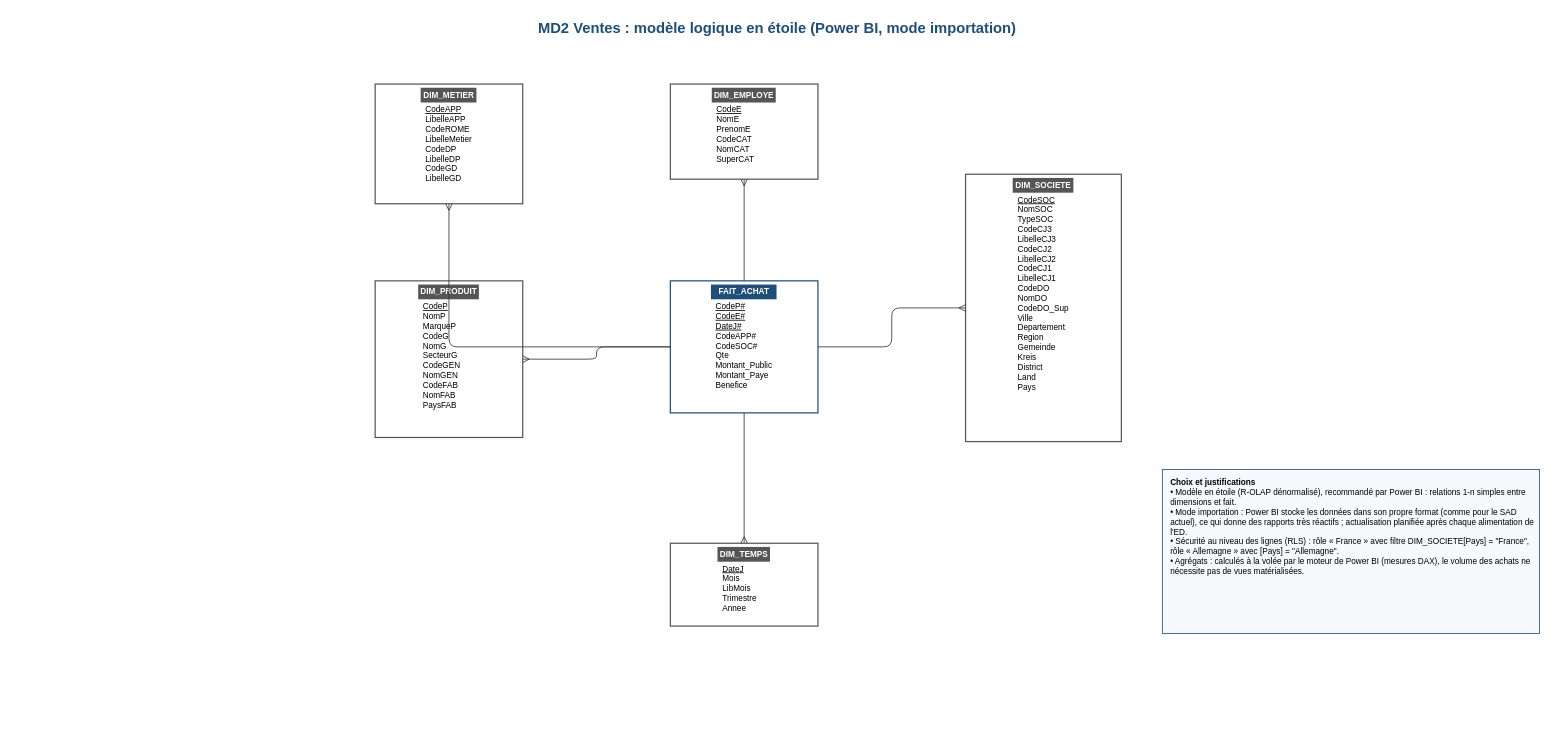
The draw.io diagram MobiPass_Projet/02_Schemas_drawio/pages_separees/MobiPass_MD2_logique.drawio in JahidHicham/projet_mobipass, before the edit. Source tidied: cells renumbered, new cells numbered last; positions are measured from the earlier drawing's top-left corner, leaving out a move shared by most shapes. Both pictures are drawn from the tidied source at 82%, with x=0, y=0 at pixel (14, 14).
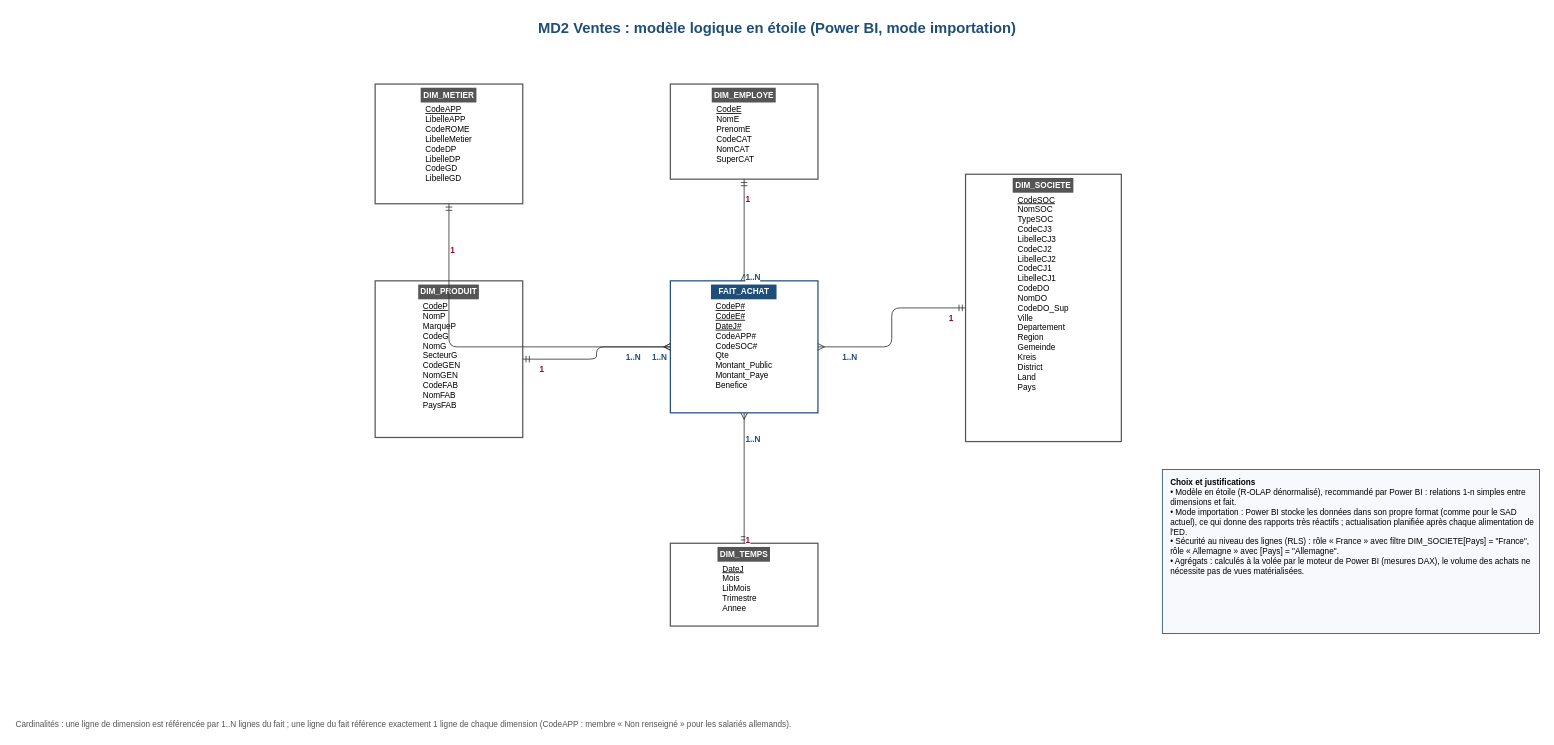
The same diagram, later.

The change refers to these unchanged cells:
```xml
<mxCell id="3" value="&lt;div style=&quot;background:#1F4E79;color:#fff;font-weight:bold;padding:3px&quot;&gt;FAIT_ACHAT&lt;/div&gt;&lt;div style=&quot;text-align:left;padding:3px 6px&quot;&gt;&lt;u&gt;CodeP#&lt;/u&gt;&lt;br&gt;&lt;u&gt;CodeE#&lt;/u&gt;&lt;br&gt;&lt;u&gt;DateJ#&lt;/u&gt;&lt;br&gt;CodeAPP#&lt;br&gt;CodeSOC#&lt;br&gt;Qte&lt;br&gt;Montant_Public&lt;br&gt;Montant_Paye&lt;br&gt;Benefice&lt;/div&gt;" style="rounded=0;whiteSpace=wrap;html=1;verticalAlign=top;spacing=0;fontSize=10;strokeColor=#1F4E79;strokeWidth=1.5;fillColor=#FFFFFF;" parent="1" vertex="1">
  <mxGeometry x="800" y="325" width="180" height="161" as="geometry" />
</mxCell>
<mxCell id="4" value="&lt;div style=&quot;background:#555555;color:#fff;font-weight:bold;padding:3px&quot;&gt;DIM_TEMPS&lt;/div&gt;&lt;div style=&quot;text-align:left;padding:3px 6px&quot;&gt;&lt;u&gt;DateJ&lt;/u&gt;&lt;br&gt;Mois&lt;br&gt;LibMois&lt;br&gt;Trimestre&lt;br&gt;Annee&lt;/div&gt;" style="rounded=0;whiteSpace=wrap;html=1;verticalAlign=top;spacing=0;fontSize=10;strokeColor=#555555;strokeWidth=1.5;fillColor=#FFFFFF;" parent="1" vertex="1">
  <mxGeometry x="800" y="645" width="180" height="101" as="geometry" />
</mxCell>
<mxCell id="5" value="&lt;div style=&quot;background:#555555;color:#fff;font-weight:bold;padding:3px&quot;&gt;DIM_PRODUIT&lt;/div&gt;&lt;div style=&quot;text-align:left;padding:3px 6px&quot;&gt;&lt;u&gt;CodeP&lt;/u&gt;&lt;br&gt;NomP&lt;br&gt;MarqueP&lt;br&gt;CodeG&lt;br&gt;NomG&lt;br&gt;SecteurG&lt;br&gt;CodeGEN&lt;br&gt;NomGEN&lt;br&gt;CodeFAB&lt;br&gt;NomFAB&lt;br&gt;PaysFAB&lt;/div&gt;" style="rounded=0;whiteSpace=wrap;html=1;verticalAlign=top;spacing=0;fontSize=10;strokeColor=#555555;strokeWidth=1.5;fillColor=#FFFFFF;" parent="1" vertex="1">
  <mxGeometry x="440" y="325" width="180" height="191" as="geometry" />
</mxCell>
<mxCell id="6" value="&lt;div style=&quot;background:#555555;color:#fff;font-weight:bold;padding:3px&quot;&gt;DIM_EMPLOYE&lt;/div&gt;&lt;div style=&quot;text-align:left;padding:3px 6px&quot;&gt;&lt;u&gt;CodeE&lt;/u&gt;&lt;br&gt;NomE&lt;br&gt;PrenomE&lt;br&gt;CodeCAT&lt;br&gt;NomCAT&lt;br&gt;SuperCAT&lt;/div&gt;" style="rounded=0;whiteSpace=wrap;html=1;verticalAlign=top;spacing=0;fontSize=10;strokeColor=#555555;strokeWidth=1.5;fillColor=#FFFFFF;" parent="1" vertex="1">
  <mxGeometry x="800" y="85" width="180" height="116" as="geometry" />
</mxCell>
<mxCell id="7" value="&lt;div style=&quot;background:#555555;color:#fff;font-weight:bold;padding:3px&quot;&gt;DIM_METIER&lt;/div&gt;&lt;div style=&quot;text-align:left;padding:3px 6px&quot;&gt;&lt;u&gt;CodeAPP&lt;/u&gt;&lt;br&gt;LibelleAPP&lt;br&gt;CodeROME&lt;br&gt;LibelleMetier&lt;br&gt;CodeDP&lt;br&gt;LibelleDP&lt;br&gt;CodeGD&lt;br&gt;LibelleGD&lt;/div&gt;" style="rounded=0;whiteSpace=wrap;html=1;verticalAlign=top;spacing=0;fontSize=10;strokeColor=#555555;strokeWidth=1.5;fillColor=#FFFFFF;" parent="1" vertex="1">
  <mxGeometry x="440" y="85" width="180" height="146" as="geometry" />
</mxCell>
<mxCell id="8" value="&lt;div style=&quot;background:#555555;color:#fff;font-weight:bold;padding:3px&quot;&gt;DIM_SOCIETE&lt;/div&gt;&lt;div style=&quot;text-align:left;padding:3px 6px&quot;&gt;&lt;u&gt;CodeSOC&lt;/u&gt;&lt;br&gt;NomSOC&lt;br&gt;TypeSOC&lt;br&gt;CodeCJ3&lt;br&gt;LibelleCJ3&lt;br&gt;CodeCJ2&lt;br&gt;LibelleCJ2&lt;br&gt;CodeCJ1&lt;br&gt;LibelleCJ1&lt;br&gt;CodeDO&lt;br&gt;NomDO&lt;br&gt;CodeDO_Sup&lt;br&gt;Ville&lt;br&gt;Departement&lt;br&gt;Region&lt;br&gt;Gemeinde&lt;br&gt;Kreis&lt;br&gt;District&lt;br&gt;Land&lt;br&gt;Pays&lt;/div&gt;" style="rounded=0;whiteSpace=wrap;html=1;verticalAlign=top;spacing=0;fontSize=10;strokeColor=#555555;strokeWidth=1.5;fillColor=#FFFFFF;" parent="1" vertex="1">
  <mxGeometry x="1160" y="195" width="190" height="326" as="geometry" />
</mxCell>
```

Diff of the diagram source:
```diff
@@
-    <mxCell id="9" style="endArrow=ERmany;startArrow=none;html=1;strokeColor=#333333;edgeStyle=orthogonalEdgeStyle;" parent="1" edge="1" source="3" target="4">
+    <mxCell id="9" style="startArrow=ERmany;startFill=0;endArrow=ERmandOne;endFill=0;html=1;strokeColor=#333333;edgeStyle=orthogonalEdgeStyle;" parent="1" edge="1" source="3" target="4">
       <mxGeometry relative="1" as="geometry" />
     </mxCell>
-    <mxCell id="10" style="endArrow=ERmany;startArrow=none;html=1;strokeColor=#333333;edgeStyle=orthogonalEdgeStyle;" parent="1" edge="1" source="3" target="5">
-      <mxGeometry relative="1" as="geometry" />
+    <mxCell id="10" value="1..N" style="edgeLabel;html=1;fontSize=10;fontStyle=1;fontColor=#1F4E79;labelBackgroundColor=#FFFFFF;" parent="9" vertex="1">
+      <mxGeometry x="-0.75" relative="1" as="geometry" />
     </mxCell>
-    <mxCell id="11" style="endArrow=ERmany;startArrow=none;html=1;strokeColor=#333333;edgeStyle=orthogonalEdgeStyle;" parent="1" edge="1" source="3" target="6">
-      <mxGeometry relative="1" as="geometry" />
+    <mxCell id="11" value="1" style="edgeLabel;html=1;fontSize=10;fontStyle=1;fontColor=#A50021;labelBackgroundColor=#FFFFFF;" parent="9" vertex="1">
+      <mxGeometry x="0.8" relative="1" as="geometry" />
     </mxCell>
-    <mxCell id="12" style="endArrow=ERmany;startArrow=none;html=1;strokeColor=#333333;edgeStyle=orthogonalEdgeStyle;" parent="1" edge="1" source="3" target="7">
+    <mxCell id="12" style="startArrow=ERmany;startFill=0;endArrow=ERmandOne;endFill=0;html=1;strokeColor=#333333;edgeStyle=orthogonalEdgeStyle;" parent="1" edge="1" source="3" target="5">
       <mxGeometry relative="1" as="geometry" />
     </mxCell>
-    <mxCell id="13" style="endArrow=ERmany;startArrow=none;html=1;strokeColor=#333333;edgeStyle=orthogonalEdgeStyle;" parent="1" edge="1" source="3" target="8">
-      <mxGeometry relative="1" as="geometry" />
+    <mxCell id="13" value="1..N" style="edgeLabel;html=1;fontSize=10;fontStyle=1;fontColor=#1F4E79;labelBackgroundColor=#FFFFFF;" parent="12" vertex="1">
+      <mxGeometry x="-0.75" relative="1" as="geometry" />
     </mxCell>
-    <mxCell id="14" value="&lt;b&gt;Choix et justifications&lt;/b&gt;&lt;br&gt;• Modèle en étoile (R-OLAP dénormalisé), recommandé par Power BI : relations 1-n simples entre dimensions et fait.&lt;br&gt;• Mode importation : Power BI stocke les données dans son propre format (comme pour le SAD actuel), ce qui donne des rapports très réactifs ; actualisation planifiée après chaque alimentation de l'ED.&lt;br&gt;• Sécurité au niveau des lignes (RLS) : rôle « France » avec filtre DIM_SOCIETE[Pays] = &quot;France&quot;, rôle « Allemagne » avec [Pays] = &quot;Allemagne&quot;.&lt;br&gt;• Agrégats : calculés à la volée par le moteur de Power BI (mesures DAX), le volume des achats ne nécessite pas de vues matérialisées." style="rounded=0;whiteSpace=wrap;html=1;align=left;verticalAlign=top;spacingLeft=8;spacingTop=4;fontSize=10;fillColor=#F7F9FC;strokeColor=#1F4E79;" parent="1" vertex="1">
-      <mxGeometry x="1400" y="555" width="460" height="200" as="geometry" />
+    <mxCell id="14" value="1" style="edgeLabel;html=1;fontSize=10;fontStyle=1;fontColor=#A50021;labelBackgroundColor=#FFFFFF;" parent="12" vertex="1">
+      <mxGeometry x="0.8" relative="1" as="geometry" />
     </mxCell>
+    <mxCell id="15" style="startArrow=ERmany;startFill=0;endArrow=ERmandOne;endFill=0;html=1;strokeColor=#333333;edgeStyle=orthogonalEdgeStyle;" parent="1" edge="1" source="3" target="6">
+      <mxGeometry relative="1" as="geometry" />
+    </mxCell>
+    <mxCell id="16" value="1..N" style="edgeLabel;html=1;fontSize=10;fontStyle=1;fontColor=#1F4E79;labelBackgroundColor=#FFFFFF;" parent="15" vertex="1">
+      <mxGeometry x="-0.75" relative="1" as="geometry" />
+    </mxCell>
+    <mxCell id="17" value="1" style="edgeLabel;html=1;fontSize=10;fontStyle=1;fontColor=#A50021;labelBackgroundColor=#FFFFFF;" parent="15" vertex="1">
+      <mxGeometry x="0.8" relative="1" as="geometry" />
+    </mxCell>
+    <mxCell id="18" style="startArrow=ERmany;startFill=0;endArrow=ERmandOne;endFill=0;html=1;strokeColor=#333333;edgeStyle=orthogonalEdgeStyle;" parent="1" edge="1" source="3" target="7">
+      <mxGeometry relative="1" as="geometry" />
+    </mxCell>
+    <mxCell id="19" value="1..N" style="edgeLabel;html=1;fontSize=10;fontStyle=1;fontColor=#1F4E79;labelBackgroundColor=#FFFFFF;" parent="18" vertex="1">
+      <mxGeometry x="-0.75" relative="1" as="geometry" />
+    </mxCell>
+    <mxCell id="20" value="1" style="edgeLabel;html=1;fontSize=10;fontStyle=1;fontColor=#A50021;labelBackgroundColor=#FFFFFF;" parent="18" vertex="1">
+      <mxGeometry x="0.8" relative="1" as="geometry" />
+    </mxCell>
+    <mxCell id="21" style="startArrow=ERmany;startFill=0;endArrow=ERmandOne;endFill=0;html=1;strokeColor=#333333;edgeStyle=orthogonalEdgeStyle;" parent="1" edge="1" source="3" target="8">
+      <mxGeometry relative="1" as="geometry" />
+    </mxCell>
+    <mxCell id="22" value="1..N" style="edgeLabel;html=1;fontSize=10;fontStyle=1;fontColor=#1F4E79;labelBackgroundColor=#FFFFFF;" parent="21" vertex="1">
+      <mxGeometry x="-0.75" relative="1" as="geometry" />
+    </mxCell>
+    <mxCell id="23" value="1" style="edgeLabel;html=1;fontSize=10;fontStyle=1;fontColor=#A50021;labelBackgroundColor=#FFFFFF;" parent="21" vertex="1">
+      <mxGeometry x="0.8" relative="1" as="geometry" />
+    </mxCell>
+    <mxCell id="24" value="&lt;b&gt;Choix et justifications&lt;/b&gt;&lt;br&gt;• Modèle en étoile (R-OLAP dénormalisé), recommandé par Power BI : relations 1-n simples entre dimensions et fait.&lt;br&gt;• Mode importation : Power BI stocke les données dans son propre format (comme pour le SAD actuel), ce qui donne des rapports très réactifs ; actualisation planifiée après chaque alimentation de l'ED.&lt;br&gt;• Sécurité au niveau des lignes (RLS) : rôle « France » avec filtre DIM_SOCIETE[Pays] = &quot;France&quot;, rôle « Allemagne » avec [Pays] = &quot;Allemagne&quot;.&lt;br&gt;• Agrégats : calculés à la volée par le moteur de Power BI (mesures DAX), le volume des achats ne nécessite pas de vues matérialisées." style="rounded=0;whiteSpace=wrap;html=1;align=left;verticalAlign=top;spacingLeft=8;spacingTop=4;fontSize=10;fillColor=#F7F9FC;strokeColor=#1F4E79;" parent="1" vertex="1">
+      <mxGeometry x="1400" y="555" width="460" height="200" as="geometry" />
+    </mxCell>
+    <mxCell id="25" value="Cardinalités : une ligne de dimension est référencée par 1..N lignes du fait ; une ligne du fait référence exactement 1 ligne de chaque dimension (CodeAPP : membre « Non renseigné » pour les salariés allemands)." style="text;html=1;align=left;verticalAlign=middle;fontSize=10;fontColor=#555555;" parent="1" vertex="1">
+      <mxGeometry y="855" width="1300" height="20" as="geometry" />
+    </mxCell>
```
